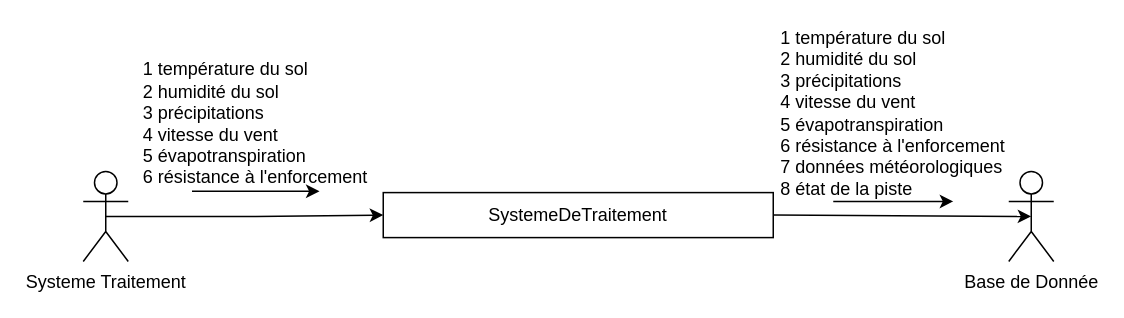
Before: SYSML/Contexte/D-Contexte_SysT-M5.drawio in ToGen49/Hippodrome, a draw.io diagram. Source tidied: cells renumbered, new cells numbered last; positions are measured from the earlier drawing's top-left corner, leaving out a move shared by most shapes. Both pictures are drawn from the tidied source at 150%, with x=0, y=0 at pixel (82, 26).
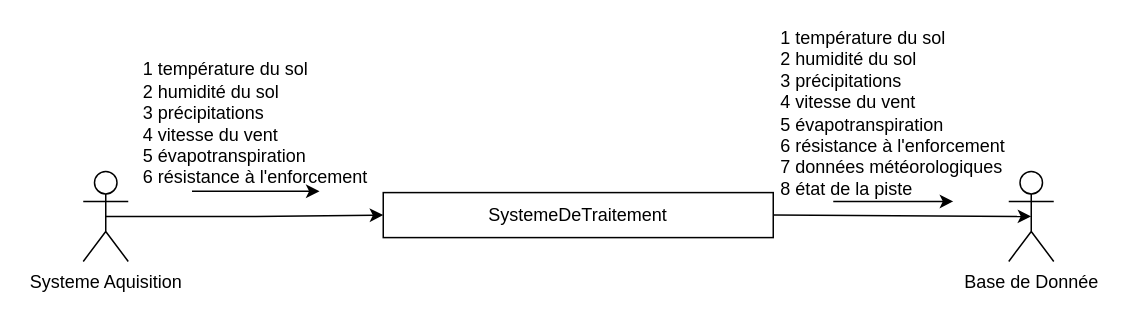
After the change.

Commit message:
Mettre à jour D-Contexte_SysT-M5.drawio

Diff of the diagram source:
```diff
@@
 <mxGraphModel>
   <root>
     <mxCell id="0" />
     <mxCell id="1" parent="0" />
     <mxCell id="2" value="&lt;div style=&quot;text-align: left;&quot;&gt;&lt;div&gt;&lt;span style=&quot;background-color: transparent; color: light-dark(rgb(0, 0, 0), rgb(255, 255, 255));&quot;&gt;1 température du sol&lt;br&gt;2 humidité du sol&lt;/span&gt;&lt;/div&gt;&lt;div&gt;&lt;span style=&quot;background-color: transparent; color: light-dark(rgb(0, 0, 0), rgb(255, 255, 255));&quot;&gt;3 précipitations&lt;/span&gt;&lt;/div&gt;&lt;div&gt;&lt;span style=&quot;background-color: transparent; color: light-dark(rgb(0, 0, 0), rgb(255, 255, 255));&quot;&gt;4 vitesse du vent&amp;nbsp;&lt;/span&gt;&lt;/div&gt;&lt;div&gt;&lt;span style=&quot;background-color: transparent; color: light-dark(rgb(0, 0, 0), rgb(255, 255, 255));&quot;&gt;5 évapotranspiration&lt;br&gt;6 résistance à l'enforcement&lt;/span&gt;&lt;/div&gt;&lt;/div&gt;&lt;div style=&quot;text-align: left;&quot;&gt;7 données météorologiques&lt;br&gt;8 état de la piste&lt;/div&gt;" style="text;html=1;align=center;verticalAlign=middle;whiteSpace=wrap;rounded=0;rotation=0;" parent="1" vertex="1">
       <mxGeometry x="460" width="160" height="116.8" as="geometry" />
     </mxCell>
     <mxCell id="3" style="endArrow=classic;html=1;rounded=0;exitX=0.25;exitY=1;exitDx=0;exitDy=0;entryX=0.75;entryY=1;entryDx=0;entryDy=0;" parent="1" edge="1" source="2" target="2">
       <mxGeometry relative="1" as="geometry" />
     </mxCell>
     <mxCell id="4" value="SystemeDeTraitement" style="rounded=0;whiteSpace=wrap;html=1;" parent="1" vertex="1">
       <mxGeometry x="200" y="110.9" width="260" height="30" as="geometry" />
     </mxCell>
     <mxCell id="5" style="edgeStyle=orthogonalEdgeStyle;rounded=0;jettySize=auto;html=1;exitX=0.5;exitY=0.5;exitDx=0;exitDy=0;exitPerimeter=0;entryX=0;entryY=0.5;entryDx=0;entryDy=0;" parent="1" edge="1" source="6" target="4">
       <mxGeometry relative="1" as="geometry" />
     </mxCell>
-    <mxCell id="6" value="Systeme Traitement" style="shape=umlActor;verticalLabelPosition=bottom;verticalAlign=top;html=1;outlineConnect=0;" parent="1" vertex="1">
+    <mxCell id="6" value="Systeme Aquisition" style="shape=umlActor;verticalLabelPosition=bottom;verticalAlign=top;html=1;outlineConnect=0;" parent="1" vertex="1">
       <mxGeometry y="96.8" width="30" height="60" as="geometry" />
     </mxCell>
     <mxCell id="7" value="&lt;div style=&quot;text-align: left;&quot;&gt;&lt;span style=&quot;background-color: transparent; color: light-dark(rgb(0, 0, 0), rgb(255, 255, 255));&quot;&gt;1 température du sol&lt;br&gt;2 humidité du sol&lt;/span&gt;&lt;/div&gt;&lt;div style=&quot;text-align: left;&quot;&gt;&lt;span style=&quot;background-color: transparent; color: light-dark(rgb(0, 0, 0), rgb(255, 255, 255));&quot;&gt;3 précipitations&lt;/span&gt;&lt;/div&gt;&lt;div style=&quot;text-align: left;&quot;&gt;&lt;span style=&quot;background-color: transparent; color: light-dark(rgb(0, 0, 0), rgb(255, 255, 255));&quot;&gt;4 vitesse du vent&amp;nbsp;&lt;/span&gt;&lt;/div&gt;&lt;div style=&quot;text-align: left;&quot;&gt;&lt;span style=&quot;background-color: transparent; color: light-dark(rgb(0, 0, 0), rgb(255, 255, 255));&quot;&gt;5 évapotranspiration&lt;br&gt;6 résistance à l'enforcement&lt;/span&gt;&lt;/div&gt;" style="text;html=1;align=center;verticalAlign=middle;whiteSpace=wrap;rounded=0;rotation=0;" parent="1" vertex="1">
       <mxGeometry x="30" y="20" width="170" height="90" as="geometry" />
     </mxCell>
     <mxCell id="8" style="endArrow=classic;html=1;rounded=0;exitX=0.25;exitY=1;exitDx=0;exitDy=0;entryX=0.75;entryY=1;entryDx=0;entryDy=0;" parent="1" edge="1" source="7" target="7">
       <mxGeometry relative="1" as="geometry" />
     </mxCell>
     <mxCell id="9" value="Base de Donnée" style="shape=umlActor;verticalLabelPosition=bottom;verticalAlign=top;html=1;outlineConnect=0;" parent="1" vertex="1">
       <mxGeometry x="617" y="96.8" width="30" height="60" as="geometry" />
     </mxCell>
     <mxCell id="10" style="endArrow=classic;html=1;rounded=0;entryX=0.5;entryY=0.5;entryDx=0;entryDy=0;entryPerimeter=0;exitX=1;exitY=0.5;exitDx=0;exitDy=0;" parent="1" edge="1" source="4" target="9">
       <mxGeometry relative="1" as="geometry" />
     </mxCell>
   </root>
 </mxGraphModel>
```
